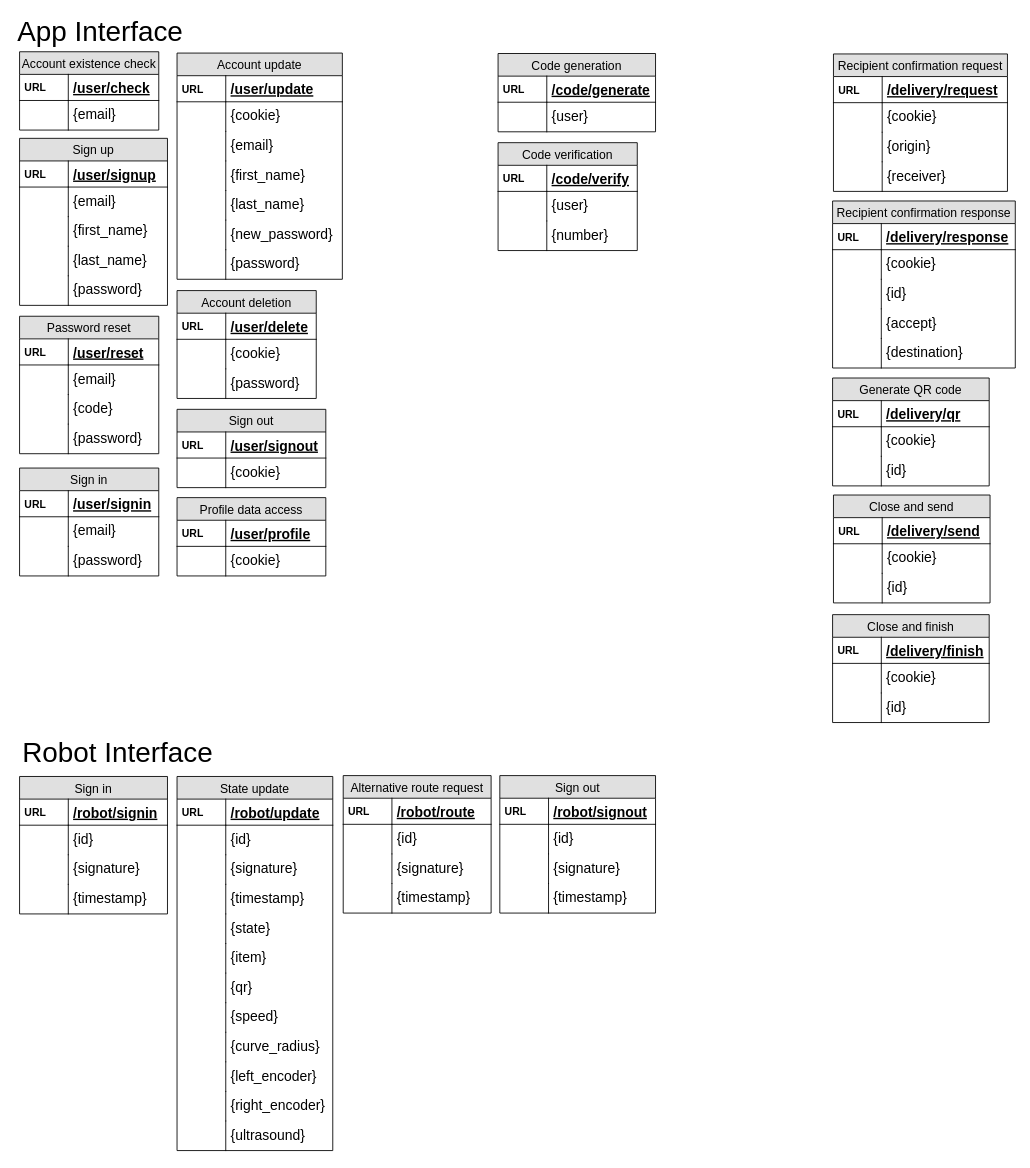
Above: server/modeling/Server Modelling.drawio in developedby/DLVR (draw.io), before the change. Source tidied: cells renumbered, new cells numbered last; positions are measured from the earlier drawing's top-left corner, leaving out a move shared by most shapes. Both pictures are drawn from the tidied source at 87%, with x=0, y=0 at pixel (15, 23).
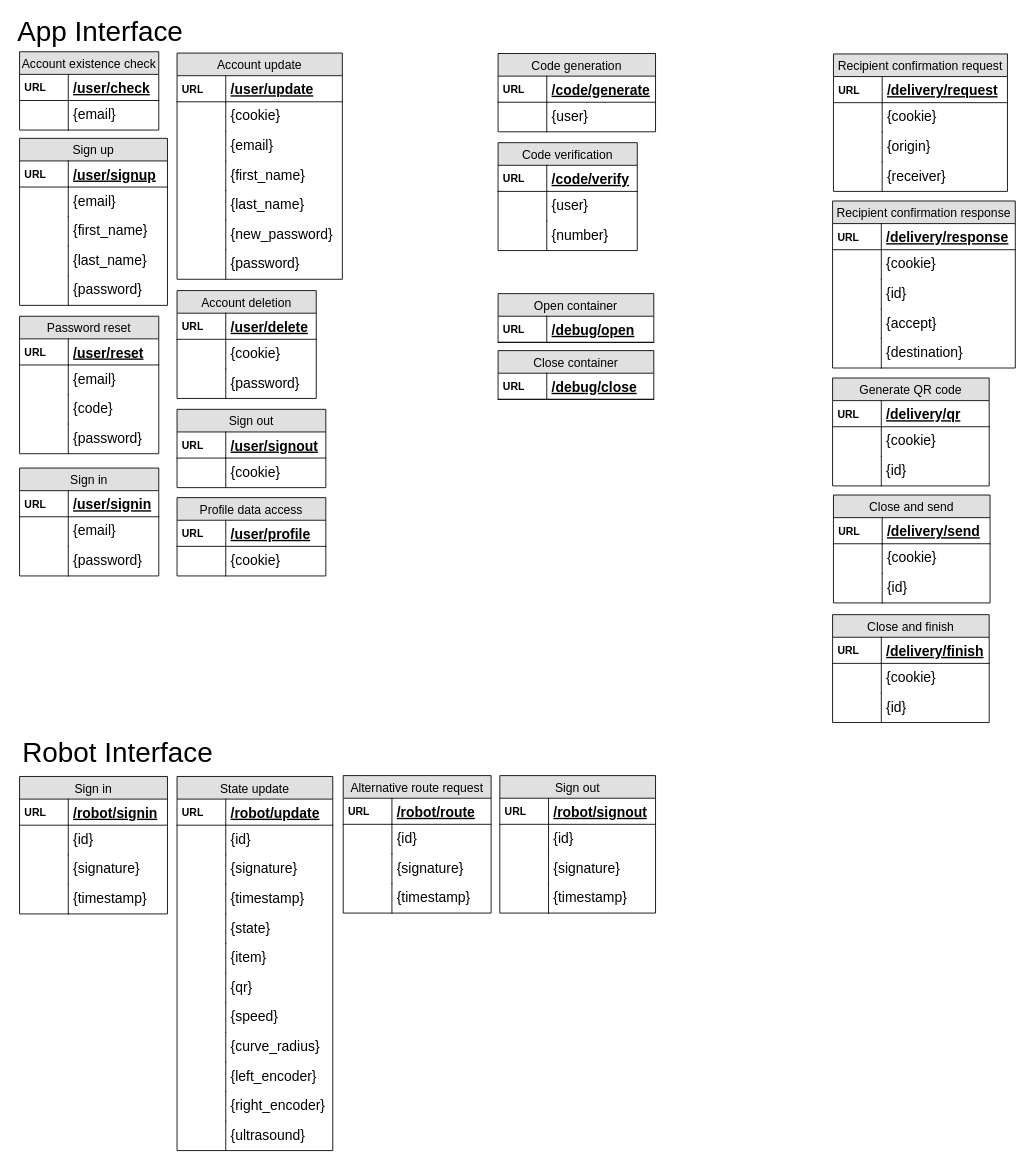
The same diagram, later.

Commit message (it also covers changes not shown here):
Added debug commands to public application interface

Change to the diagram source:
```diff
@@
+    <mxCell id="173" value="Open container" style="swimlane;fontStyle=0;horizontal=1;startSize=26;fillColor=#e0e0e0;swimlaneFillColor=#ffffff;align=center;fontSize=14;" parent="1" vertex="1">
+      <mxGeometry x="555" y="311" width="179" height="56" as="geometry" />
+    </mxCell>
+    <mxCell id="174" value="/debug/open" style="shape=partialRectangle;top=0;left=0;right=0;bottom=1;align=left;verticalAlign=middle;fillColor=none;spacingLeft=60;spacingRight=4;overflow=hidden;fontStyle=5;fontSize=16;" parent="173" vertex="1">
+      <mxGeometry y="26" width="179" height="30" as="geometry" />
+    </mxCell>
+    <mxCell id="175" value="URL" style="shape=partialRectangle;fontStyle=1;top=0;left=0;bottom=0;fillColor=none;align=left;verticalAlign=middle;spacingLeft=4;spacingRight=4;overflow=hidden;fontSize=12;" parent="174" vertex="1">
+      <mxGeometry width="56" height="30" as="geometry" />
+    </mxCell>
+    <mxCell id="176" value="Close container" style="swimlane;fontStyle=0;horizontal=1;startSize=26;fillColor=#e0e0e0;swimlaneFillColor=#ffffff;align=center;fontSize=14;" parent="1" vertex="1">
+      <mxGeometry x="555" y="376.5" width="179" height="56" as="geometry" />
+    </mxCell>
+    <mxCell id="177" value="/debug/close" style="shape=partialRectangle;top=0;left=0;right=0;bottom=1;align=left;verticalAlign=middle;fillColor=none;spacingLeft=60;spacingRight=4;overflow=hidden;fontStyle=5;fontSize=16;" parent="176" vertex="1">
+      <mxGeometry y="26" width="179" height="30" as="geometry" />
+    </mxCell>
+    <mxCell id="178" value="URL" style="shape=partialRectangle;fontStyle=1;top=0;left=0;bottom=0;fillColor=none;align=left;verticalAlign=middle;spacingLeft=4;spacingRight=4;overflow=hidden;fontSize=12;" parent="177" vertex="1">
+      <mxGeometry width="56" height="30" as="geometry" />
+    </mxCell>
```
